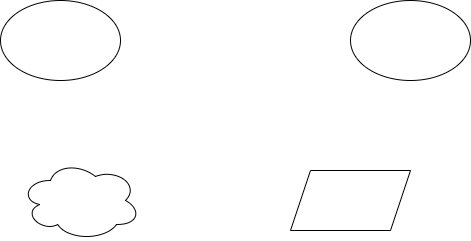
Zaibam/Desenvolvimento-De-Sistemas-1 keeps this draw.io diagram as diagrama.png. Above is the earlier version. Source tidied: cells renumbered, new cells last; positions are measured from the earlier drawing's top-left corner, leaving out a move shared by most shapes.
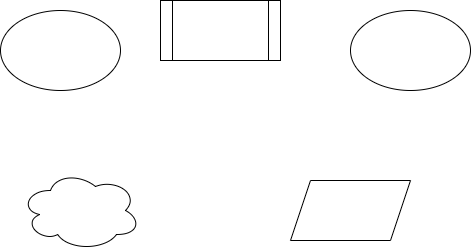
The same diagram one commit later.

What changed in the source:
```diff
@@ -14,5 +14,8 @@
     <mxCell id="5" style="ellipse;whiteSpace=wrap;html=1;" parent="1" vertex="1">
       <mxGeometry x="350" width="120" height="80" as="geometry" />
     </mxCell>
+    <mxCell id="6" style="shape=process;whiteSpace=wrap;html=1;backgroundOutline=1;" parent="1" vertex="1">
+      <mxGeometry x="160" y="-10" width="120" height="60" as="geometry" />
+    </mxCell>
   </root>
 </mxGraphModel>
```
